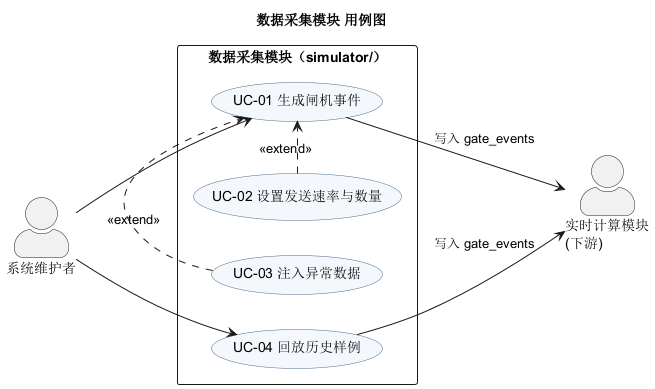
The PlantUML diagram docs/03-建模/图/02-用例图-数据采集.png in Xuzhaopu04/metro-flow-dashboard, before a commit.
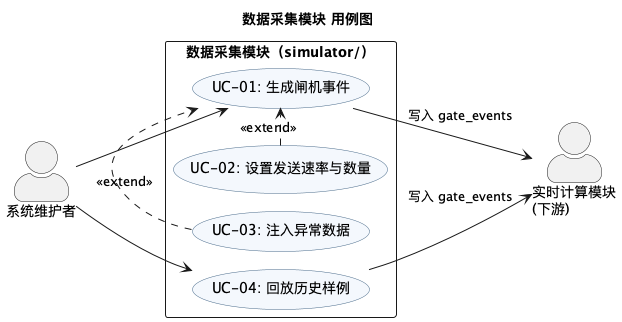
After the change.

The edit, as a diff of the source:
```diff
@@ -1,4 +1,5 @@
 @startuml 02-用例图-数据采集
+!pragma layout smetana
 title 数据采集模块 用例图
 left to right direction
 skinparam shadowing false
@@ -13,10 +14,10 @@
 actor "实时计算模块\n(下游)" as calc
 
 rectangle "数据采集模块（simulator/）" {
-  usecase "UC-01 生成闸机事件" as UC01
-  usecase "UC-02 设置发送速率与数量" as UC02
-  usecase "UC-03 注入异常数据" as UC03
-  usecase "UC-04 回放历史样例" as UC04
+  usecase "UC-01: 生成闸机事件" as UC01
+  usecase "UC-02: 设置发送速率与数量" as UC02
+  usecase "UC-03: 注入异常数据" as UC03
+  usecase "UC-04: 回放历史样例" as UC04
 }
 
 ops --> UC01
```
